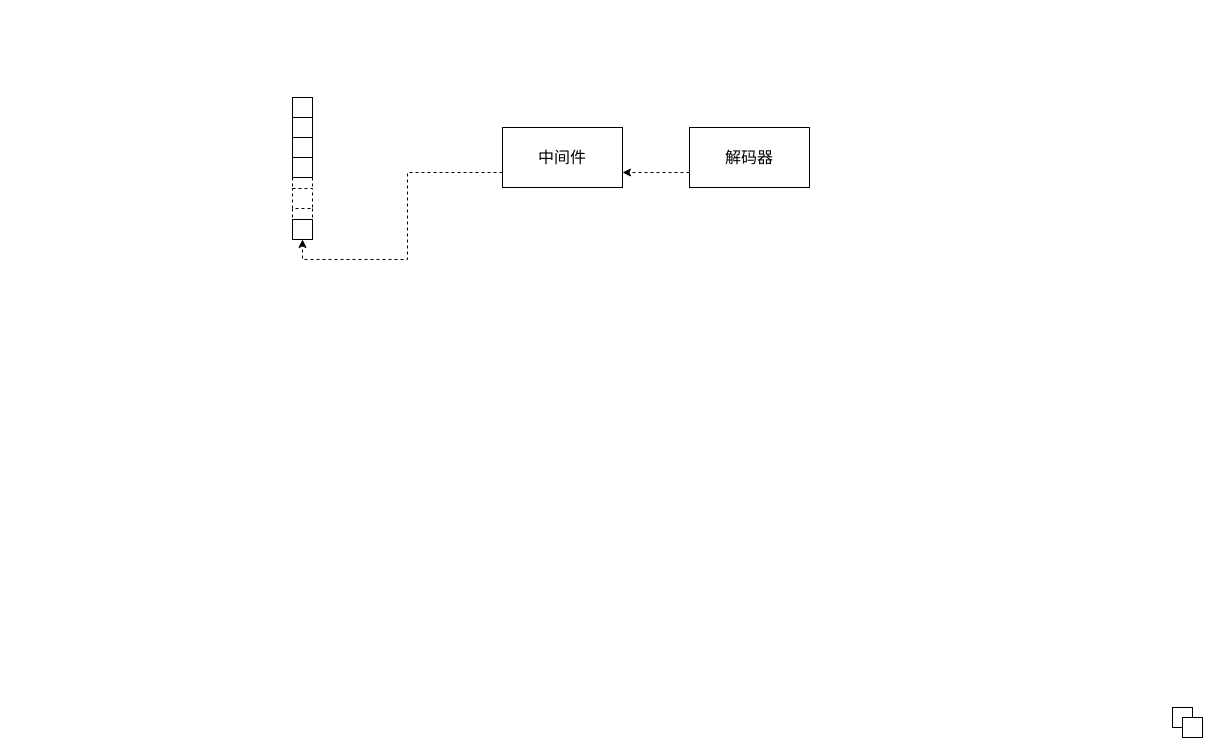
This is 一种基于镜像投屏平滑送显的方法.drawio from qjzh0603/drawio, a draw.io file, before an edit. Source tidied: cells renumbered, new cells numbered last; positions are measured from the earlier drawing's top-left corner, leaving out a move shared by most shapes. Both pictures are drawn from the tidied source at 100%, with x=0, y=0 at pixel (292, 97).
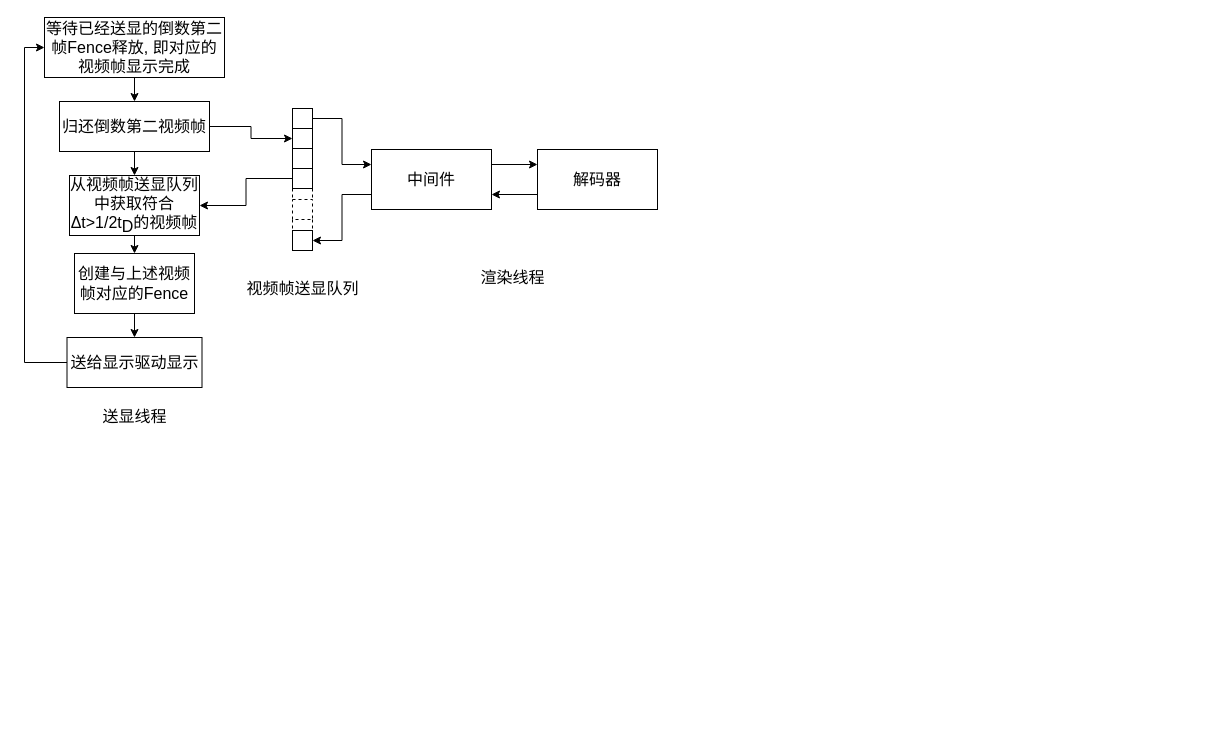
After the change.

Commit message:
更新一种基于镜像投屏平滑送显的方法.drawio

Unchanged cells that the change refers to:
```xml
<mxCell id="9" style="whiteSpace=wrap;html=1;" parent="8" vertex="1">
  <mxGeometry width="20" height="20" as="geometry" />
</mxCell>
<mxCell id="10" style="whiteSpace=wrap;html=1;" parent="8" vertex="1">
  <mxGeometry y="20" width="20" height="20" as="geometry" />
</mxCell>
<mxCell id="12" style="whiteSpace=wrap;html=1;" parent="8" vertex="1">
  <mxGeometry y="60" width="20" height="20" as="geometry" />
</mxCell>
<mxCell id="18" style="whiteSpace=wrap;html=1;" parent="8" vertex="1">
  <mxGeometry y="122" width="20" height="20" as="geometry" />
</mxCell>
```

What changed in the source:
```diff
@@
-    <mxCell id="2" style="edgeStyle=orthogonalEdgeStyle;rounded=0;jettySize=auto;html=1;exitX=0;exitY=0.75;exitDx=0;exitDy=0;entryX=0.5;entryY=1;entryDx=0;entryDy=0;dashed=1;fontSize=16;endArrow=classic;endFill=1;startArrow=none;startFill=0;" parent="1" edge="1" source="3" target="18">
-      <mxGeometry relative="1" as="geometry" />
-    </mxCell>
+    <mxCell id="19" style="edgeStyle=orthogonalEdgeStyle;rounded=0;jettySize=auto;html=1;exitX=1;exitY=0.5;exitDx=0;exitDy=0;entryX=0;entryY=0.5;entryDx=0;entryDy=0;fontSize=16;startArrow=none;startFill=0;endArrow=classic;endFill=1;elbow=vertical;" parent="1" edge="1" source="28" target="10">
+      <mxGeometry relative="1" as="geometry" />
+    </mxCell>
+    <mxCell id="20" style="edgeStyle=orthogonalEdgeStyle;rounded=0;jettySize=auto;html=1;exitX=0;exitY=0.5;exitDx=0;exitDy=0;fontSize=16;startArrow=none;startFill=0;endArrow=classic;endFill=1;entryX=1;entryY=0.5;entryDx=0;entryDy=0;elbow=vertical;" parent="1" edge="1" source="12" target="30">
+      <mxGeometry relative="1" as="geometry" />
+    </mxCell>
+    <mxCell id="21" style="group;" parent="1" vertex="1">
+      <mxGeometry x="-55" y="11" width="420" height="190" as="geometry" />
+    </mxCell>
-    <mxCell id="3" value="中间件" style="rounded=0;whiteSpace=wrap;html=1;fontSize=16;" parent="1" vertex="1">
-      <mxGeometry x="210" y="30" width="120" height="60" as="geometry" />
+    <mxCell id="3" value="中间件" style="rounded=0;whiteSpace=wrap;html=1;fontSize=16;" parent="21" vertex="1">
+      <mxGeometry x="134" y="41" width="120" height="60" as="geometry" />
     </mxCell>
-    <mxCell id="4" style="edgeStyle=orthogonalEdgeStyle;rounded=0;jettySize=auto;html=1;exitX=0;exitY=0.75;exitDx=0;exitDy=0;entryX=1;entryY=0.75;entryDx=0;entryDy=0;dashed=1;fontSize=16;endArrow=classic;endFill=1;startArrow=none;startFill=0;" parent="1" edge="1" source="5" target="3">
-      <mxGeometry relative="1" as="geometry" />
+    <mxCell id="4" style="edgeStyle=orthogonalEdgeStyle;rounded=0;jettySize=auto;html=1;exitX=0;exitY=0.75;exitDx=0;exitDy=0;entryX=1;entryY=0.75;entryDx=0;entryDy=0;fontSize=16;endArrow=classic;endFill=1;startArrow=none;startFill=0;" parent="21" edge="1" source="5" target="3">
+      <mxGeometry as="geometry" />
     </mxCell>
-    <mxCell id="5" value="解码器" style="rounded=0;whiteSpace=wrap;html=1;fontSize=16;" parent="1" vertex="1">
-      <mxGeometry x="397" y="30" width="120" height="60" as="geometry" />
+    <mxCell id="5" value="解码器" style="rounded=0;whiteSpace=wrap;html=1;fontSize=16;" parent="21" vertex="1">
+      <mxGeometry x="300" y="41" width="120" height="60" as="geometry" />
     </mxCell>
-    <mxCell id="6" style="whiteSpace=wrap;html=1;" parent="1" vertex="1">
-      <mxGeometry x="880" y="610" width="20" height="20" as="geometry" />
-    </mxCell>
-    <mxCell id="7" style="whiteSpace=wrap;html=1;" parent="1" vertex="1">
-      <mxGeometry x="890" y="620" width="20" height="20" as="geometry" />
-    </mxCell>
+    <mxCell id="22" style="edgeStyle=orthogonalEdgeStyle;rounded=0;jettySize=auto;html=1;exitX=1;exitY=0.25;exitDx=0;exitDy=0;entryX=0;entryY=0.25;entryDx=0;entryDy=0;fontSize=16;startArrow=none;startFill=0;endArrow=classic;endFill=1;" parent="21" edge="1" source="3" target="5">
+      <mxGeometry as="geometry" />
+    </mxCell>
-    <mxCell id="8" style="group;" parent="1" vertex="1">
-      <mxGeometry width="20" height="142" as="geometry" />
+    <mxCell id="8" style="group;" parent="21" vertex="1">
+      <mxGeometry x="55" width="20" height="142" as="geometry" />
     </mxCell>
@@
+    <mxCell id="23" value="视频帧送显队列" style="text;html=1;align=center;verticalAlign=middle;strokeColor=none;fillColor=none;fontSize=16;" parent="21" vertex="1">
+      <mxGeometry y="170" width="130" height="20" as="geometry" />
+    </mxCell>
+    <mxCell id="24" value="渲染线程" style="text;html=1;align=center;verticalAlign=middle;strokeColor=none;fillColor=none;fontSize=16;" parent="21" vertex="1">
+      <mxGeometry x="235" y="159" width="80" height="20" as="geometry" />
+    </mxCell>
+    <mxCell id="2" style="edgeStyle=orthogonalEdgeStyle;rounded=0;jettySize=auto;html=1;exitX=0;exitY=0.75;exitDx=0;exitDy=0;entryX=1;entryY=0.5;entryDx=0;entryDy=0;fontSize=16;startArrow=none;startFill=0;endArrow=classic;endFill=1;elbow=vertical;" parent="21" edge="1" source="3" target="18">
+      <mxGeometry relative="1" as="geometry" />
+    </mxCell>
+    <mxCell id="25" style="edgeStyle=orthogonalEdgeStyle;rounded=0;jettySize=auto;html=1;exitX=1;exitY=0.5;exitDx=0;exitDy=0;entryX=0;entryY=0.25;entryDx=0;entryDy=0;fontSize=16;startArrow=none;startFill=0;endArrow=classic;endFill=1;elbow=vertical;" parent="21" edge="1" source="9" target="3">
+      <mxGeometry relative="1" as="geometry" />
+    </mxCell>
+    <mxCell id="26" style="group;" parent="1" vertex="1">
+      <mxGeometry x="-248" y="-80" width="180" height="409" as="geometry" />
+    </mxCell>
+    <mxCell id="27" value="等待已经送显的倒数第二帧Fence释放, 即对应的视频帧显示完成" style="rounded=0;whiteSpace=wrap;html=1;fontSize=16;" parent="26" vertex="1">
+      <mxGeometry width="180" height="60" as="geometry" />
+    </mxCell>
+    <mxCell id="28" value="归还倒数第二视频帧" style="rounded=0;whiteSpace=wrap;html=1;fontSize=16;" parent="26" vertex="1">
+      <mxGeometry x="15" y="84" width="150" height="50" as="geometry" />
+    </mxCell>
+    <mxCell id="29" style="edgeStyle=orthogonalEdgeStyle;rounded=0;jettySize=auto;html=1;exitX=0.5;exitY=1;exitDx=0;exitDy=0;entryX=0.5;entryY=0;entryDx=0;entryDy=0;fontSize=16;startArrow=none;startFill=0;endArrow=classic;endFill=1;" parent="26" edge="1" source="27" target="28">
+      <mxGeometry relative="1" as="geometry" />
+    </mxCell>
+    <mxCell id="30" value="&lt;span style=&quot;background-color: rgb(255 , 255 , 255)&quot;&gt;从视频帧送显队列中获取符合&lt;span style=&quot;font-size: 12pt&quot;&gt;Δt&lt;/span&gt;&lt;span style=&quot;font-size: 12pt&quot;&gt;&amp;gt;1/2t&lt;/span&gt;&lt;span style=&quot;font-size: 12pt ; vertical-align: sub&quot;&gt;D&lt;/span&gt;&lt;span&gt;的视频帧&lt;/span&gt;&lt;/span&gt;" style="rounded=0;whiteSpace=wrap;html=1;fontSize=16;" parent="26" vertex="1">
+      <mxGeometry x="25" y="158" width="130" height="60" as="geometry" />
+    </mxCell>
+    <mxCell id="31" style="edgeStyle=orthogonalEdgeStyle;rounded=0;jettySize=auto;html=1;exitX=0.5;exitY=1;exitDx=0;exitDy=0;entryX=0.5;entryY=0;entryDx=0;entryDy=0;fontSize=16;startArrow=none;startFill=0;endArrow=classic;endFill=1;" parent="26" edge="1" source="28" target="30">
+      <mxGeometry relative="1" as="geometry" />
+    </mxCell>
+    <mxCell id="32" value="创建与上述视频帧对应的Fence" style="rounded=0;whiteSpace=wrap;html=1;labelBackgroundColor=#FFFFFF;fontSize=16;" parent="26" vertex="1">
+      <mxGeometry x="30" y="236" width="120" height="60" as="geometry" />
+    </mxCell>
+    <mxCell id="33" style="edgeStyle=orthogonalEdgeStyle;rounded=0;jettySize=auto;html=1;exitX=0.5;exitY=1;exitDx=0;exitDy=0;entryX=0.5;entryY=0;entryDx=0;entryDy=0;fontSize=16;startArrow=none;startFill=0;endArrow=classic;endFill=1;" parent="26" edge="1" source="30" target="32">
+      <mxGeometry relative="1" as="geometry" />
+    </mxCell>
+    <mxCell id="34" style="edgeStyle=orthogonalEdgeStyle;rounded=0;jettySize=auto;html=1;exitX=0;exitY=0.5;exitDx=0;exitDy=0;entryX=0;entryY=0.5;entryDx=0;entryDy=0;fontSize=16;startArrow=none;startFill=0;endArrow=classic;endFill=1;" parent="26" edge="1" source="35" target="27">
+      <mxGeometry relative="1" as="geometry" />
+    </mxCell>
+    <mxCell id="35" value="送给显示驱动显示" style="rounded=0;whiteSpace=wrap;html=1;labelBackgroundColor=#FFFFFF;fontSize=16;" parent="26" vertex="1">
+      <mxGeometry x="22.5" y="320" width="135" height="50" as="geometry" />
+    </mxCell>
+    <mxCell id="36" style="edgeStyle=orthogonalEdgeStyle;rounded=0;jettySize=auto;html=1;exitX=0.5;exitY=1;exitDx=0;exitDy=0;entryX=0.5;entryY=0;entryDx=0;entryDy=0;fontSize=16;startArrow=none;startFill=0;endArrow=classic;endFill=1;" parent="26" edge="1" source="32" target="35">
+      <mxGeometry relative="1" as="geometry" />
+    </mxCell>
+    <mxCell id="37" value="送显线程" style="text;html=1;align=center;verticalAlign=middle;strokeColor=none;fillColor=none;fontSize=16;" parent="26" vertex="1">
+      <mxGeometry x="50" y="389" width="80" height="20" as="geometry" />
+    </mxCell>
```
